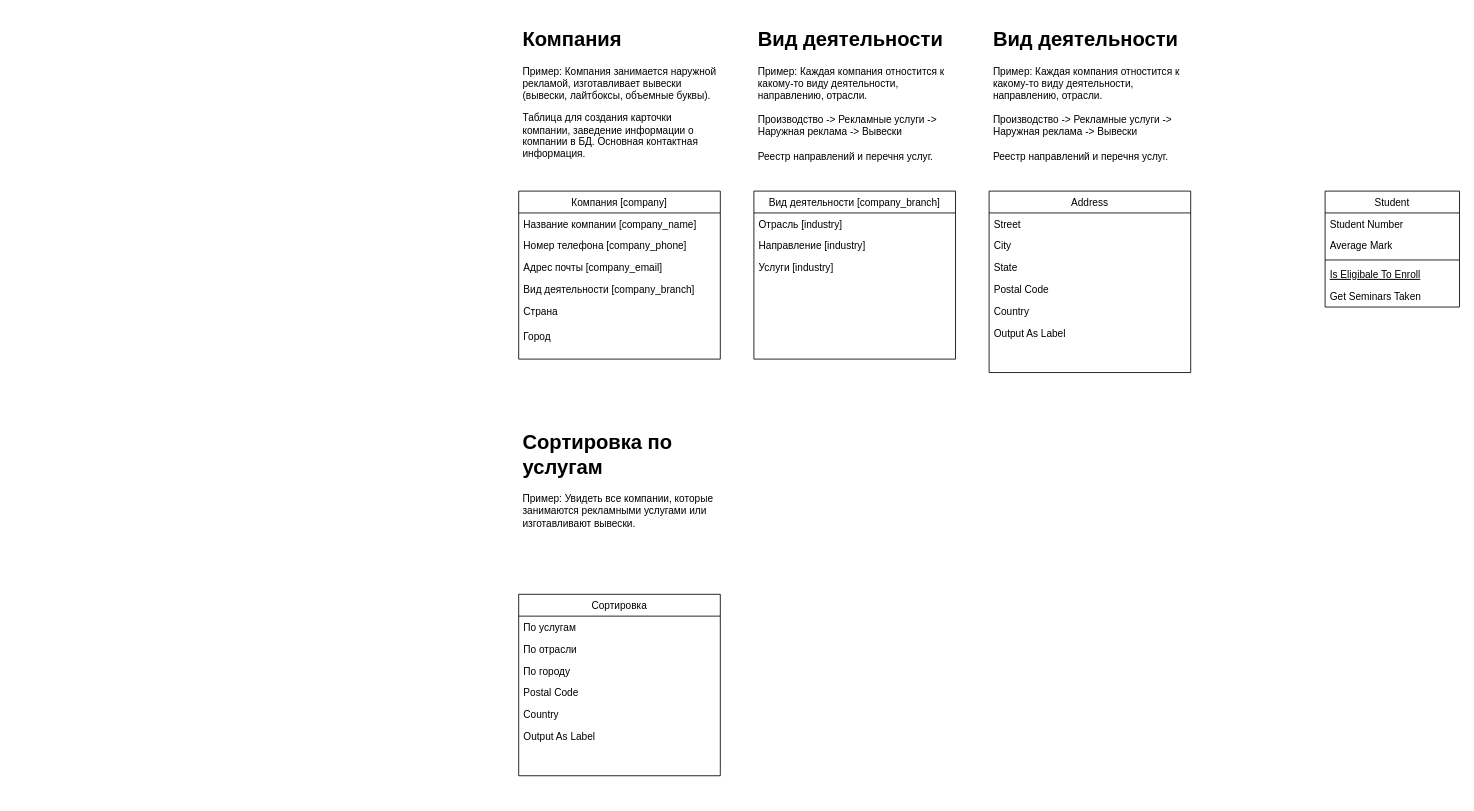
Earlier version of the draw.io diagram b2bdb.drawio (hyperhunt/arch). Source tidied: cells renumbered, new cells numbered last; positions are measured from the earlier drawing's top-left corner, leaving out a move shared by most shapes. Both pictures are drawn from the tidied source at 84%, with x=0, y=0 at pixel (518, 23).
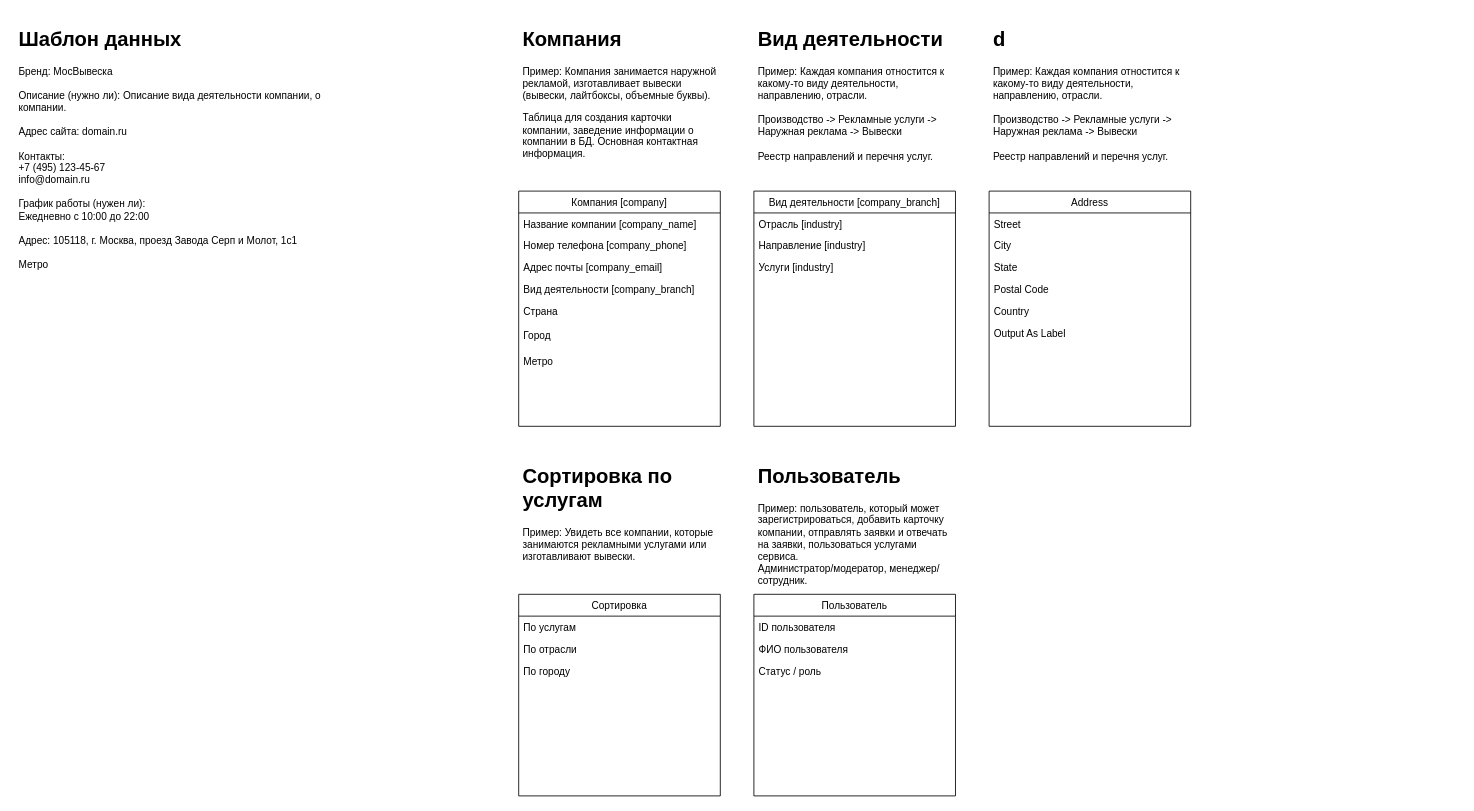
The same diagram, later.

The edit, as a diff of the source:
```diff
@@
     <mxCell id="2" value="Компания [company]" style="swimlane;fontStyle=0;align=center;verticalAlign=top;horizontal=1;startSize=26;rounded=0;shadow=0;strokeWidth=1;" parent="1" vertex="1">
-      <mxGeometry y="200" width="240" height="200" as="geometry" />
+      <mxGeometry y="200" width="240" height="280" as="geometry" />
     </mxCell>
@@
     <mxCell id="6" value="Вид деятельности [company_branch]" style="text;align=left;verticalAlign=top;spacingLeft=4;spacingRight=4;overflow=hidden;" parent="2" vertex="1">
-      <mxGeometry y="104" width="240" height="36" as="geometry" />
+      <mxGeometry y="104" width="240" height="26" as="geometry" />
     </mxCell>
-    <mxCell id="7" value="Student" style="swimlane;fontStyle=0;align=center;verticalAlign=top;horizontal=1;startSize=26;rounded=0;shadow=0;strokeWidth=1;" parent="1" vertex="1">
-      <mxGeometry x="960" y="200" width="160" height="138" as="geometry" />
-    </mxCell>
-    <mxCell id="8" value="Student Number" style="text;align=left;verticalAlign=top;spacingLeft=4;spacingRight=4;overflow=hidden;" parent="7" vertex="1">
-      <mxGeometry y="26" width="160" height="26" as="geometry" />
-    </mxCell>
-    <mxCell id="9" value="Average Mark" style="text;align=left;verticalAlign=top;spacingLeft=4;spacingRight=4;overflow=hidden;rounded=0;shadow=0;html=0;" parent="7" vertex="1">
-      <mxGeometry y="52" width="160" height="26" as="geometry" />
-    </mxCell>
-    <mxCell id="10" style="line;html=1;strokeWidth=1;align=left;verticalAlign=middle;spacingTop=-1;spacingLeft=3;spacingRight=3;labelPosition=right;" parent="7" vertex="1">
-      <mxGeometry y="78" width="160" height="8" as="geometry" />
-    </mxCell>
-    <mxCell id="11" value="Is Eligibale To Enroll" style="text;align=left;verticalAlign=top;spacingLeft=4;spacingRight=4;overflow=hidden;fontStyle=4;" parent="7" vertex="1">
-      <mxGeometry y="86" width="160" height="26" as="geometry" />
-    </mxCell>
-    <mxCell id="12" value="Get Seminars Taken" style="text;align=left;verticalAlign=top;spacingLeft=4;spacingRight=4;overflow=hidden;" parent="7" vertex="1">
-      <mxGeometry y="112" width="160" height="26" as="geometry" />
-    </mxCell>
+    <mxCell id="35" value="Страна" style="text;align=left;verticalAlign=top;spacingLeft=4;spacingRight=4;overflow=hidden;" parent="2" vertex="1">
+      <mxGeometry y="130" width="240" height="29" as="geometry" />
+    </mxCell>
+    <mxCell id="36" value="Город" style="text;align=left;verticalAlign=top;spacingLeft=4;spacingRight=4;overflow=hidden;" parent="2" vertex="1">
+      <mxGeometry y="159" width="240" height="30" as="geometry" />
+    </mxCell>
+    <mxCell id="37" value="Метро" style="text;align=left;verticalAlign=top;spacingLeft=4;spacingRight=4;overflow=hidden;" parent="2" vertex="1">
+      <mxGeometry y="189" width="240" height="30" as="geometry" />
+    </mxCell>
     <mxCell id="13" value="Вид деятельности [company_branch]" style="swimlane;fontStyle=0;align=center;verticalAlign=top;horizontal=1;startSize=26;rounded=0;shadow=0;strokeWidth=1;" parent="1" vertex="1">
-      <mxGeometry x="280" y="200" width="240" height="200" as="geometry" />
+      <mxGeometry x="280" y="200" width="240" height="280" as="geometry" />
     </mxCell>
@@
     <mxCell id="17" value="Address" style="swimlane;fontStyle=0;align=center;verticalAlign=top;horizontal=1;startSize=26;rounded=0;shadow=0;strokeWidth=1;" parent="1" vertex="1">
-      <mxGeometry x="560" y="200" width="240" height="216" as="geometry" />
+      <mxGeometry x="560" y="200" width="240" height="280" as="geometry" />
     </mxCell>
@@
-    <mxCell id="26" value="&lt;h1&gt;Вид деятельности&lt;br&gt;&lt;/h1&gt;&lt;p&gt;Пример: Каждая компания отностится к какому-то виду деятельности, направлению, отрасли.&lt;br&gt;&lt;br&gt;Производство -&amp;gt; Рекламные услуги -&amp;gt; Наружная реклама -&amp;gt; Вывески&lt;br&gt;&lt;br&gt;Реестр направлений и перечня услуг.&lt;br&gt;&lt;/p&gt;" style="text;html=1;strokeColor=none;fillColor=none;spacing=5;spacingTop=-20;whiteSpace=wrap;overflow=hidden;rounded=0;" parent="1" vertex="1">
+    <mxCell id="26" value="&lt;h1&gt;d&lt;br&gt;&lt;/h1&gt;&lt;p&gt;Пример: Каждая компания отностится к какому-то виду деятельности, направлению, отрасли.&lt;br&gt;&lt;br&gt;Производство -&amp;gt; Рекламные услуги -&amp;gt; Наружная реклама -&amp;gt; Вывески&lt;br&gt;&lt;br&gt;Реестр направлений и перечня услуг.&lt;br&gt;&lt;/p&gt;" style="text;html=1;strokeColor=none;fillColor=none;spacing=5;spacingTop=-20;whiteSpace=wrap;overflow=hidden;rounded=0;" parent="1" vertex="1">
       <mxGeometry x="560" width="240" height="170" as="geometry" />
     </mxCell>
     <mxCell id="27" value="Сортировка" style="swimlane;fontStyle=0;align=center;verticalAlign=top;horizontal=1;startSize=26;rounded=0;shadow=0;strokeWidth=1;" parent="1" vertex="1">
-      <mxGeometry y="680" width="240" height="216" as="geometry" />
+      <mxGeometry y="680" width="240" height="240" as="geometry" />
     </mxCell>
@@
-    <mxCell id="31" value="Postal Code" style="text;align=left;verticalAlign=top;spacingLeft=4;spacingRight=4;overflow=hidden;rounded=0;shadow=0;html=0;" parent="27" vertex="1">
-      <mxGeometry y="104" width="240" height="26" as="geometry" />
-    </mxCell>
-    <mxCell id="32" value="Country" style="text;align=left;verticalAlign=top;spacingLeft=4;spacingRight=4;overflow=hidden;rounded=0;shadow=0;html=0;" parent="27" vertex="1">
-      <mxGeometry y="130" width="240" height="26" as="geometry" />
-    </mxCell>
-    <mxCell id="33" value="Output As Label" style="text;align=left;verticalAlign=top;spacingLeft=4;spacingRight=4;overflow=hidden;" parent="27" vertex="1">
-      <mxGeometry y="156" width="240" height="26" as="geometry" />
-    </mxCell>
     <mxCell id="34" value="&lt;h1&gt;Сортировка по услугам&lt;br&gt;&lt;/h1&gt;&lt;p&gt;Пример: Увидеть все компании, которые занимаются рекламными услугами или изготавливают вывески.&lt;br&gt;&lt;/p&gt;" style="text;html=1;strokeColor=none;fillColor=none;spacing=5;spacingTop=-20;whiteSpace=wrap;overflow=hidden;rounded=0;" parent="1" vertex="1">
-      <mxGeometry y="480" width="240" height="170" as="geometry" />
+      <mxGeometry y="520" width="240" height="140" as="geometry" />
     </mxCell>
-    <mxCell id="35" value="Страна" style="text;align=left;verticalAlign=top;spacingLeft=4;spacingRight=4;overflow=hidden;" parent="1" vertex="1">
-      <mxGeometry y="330" width="240" height="36" as="geometry" />
-    </mxCell>
-    <mxCell id="36" value="Город" style="text;align=left;verticalAlign=top;spacingLeft=4;spacingRight=4;overflow=hidden;" parent="1" vertex="1">
-      <mxGeometry y="360" width="240" height="36" as="geometry" />
-    </mxCell>
+    <mxCell id="38" value="&lt;h1&gt;Шаблон данных&lt;br&gt;&lt;/h1&gt;&lt;div&gt;Бренд: МосВывеска&lt;br&gt;&lt;br&gt;Описание (нужно ли): Описание вида деятельности компании, о компании.&lt;br&gt;&lt;br&gt;Адрес сайта: domain.ru&lt;/div&gt;&lt;div&gt;&lt;br&gt;&lt;/div&gt;&lt;div&gt;Контакты:&lt;/div&gt;&lt;div&gt;+7 (495) 123-45-67&lt;br&gt;info@domain.ru&lt;br&gt;&lt;br&gt;График работы (нужен ли):&lt;br&gt;Ежедневно с 10:00 до 22:00&lt;br&gt;&lt;br&gt;Адрес: 105118, г. Москва, проезд Завода Серп и Молот, 1с1&lt;/div&gt;&lt;div&gt;&lt;br&gt;&lt;/div&gt;&lt;div&gt;Метро&lt;br&gt;&lt;/div&gt;" style="text;html=1;strokeColor=none;fillColor=none;spacing=5;spacingTop=-20;whiteSpace=wrap;overflow=hidden;rounded=0;" parent="1" vertex="1">
+      <mxGeometry x="-600" width="380" height="600" as="geometry" />
+    </mxCell>
+    <mxCell id="39" value="Пользователь" style="swimlane;fontStyle=0;align=center;verticalAlign=top;horizontal=1;startSize=26;rounded=0;shadow=0;strokeWidth=1;" parent="1" vertex="1">
+      <mxGeometry x="280" y="680" width="240" height="240" as="geometry" />
+    </mxCell>
+    <mxCell id="40" value="ID пользователя" style="text;align=left;verticalAlign=top;spacingLeft=4;spacingRight=4;overflow=hidden;" parent="39" vertex="1">
+      <mxGeometry y="26" width="240" height="26" as="geometry" />
+    </mxCell>
+    <mxCell id="41" value="ФИО пользователя" style="text;align=left;verticalAlign=top;spacingLeft=4;spacingRight=4;overflow=hidden;" parent="39" vertex="1">
+      <mxGeometry y="52" width="240" height="26" as="geometry" />
+    </mxCell>
+    <mxCell id="42" value="Статус / роль" style="text;align=left;verticalAlign=top;spacingLeft=4;spacingRight=4;overflow=hidden;" parent="39" vertex="1">
+      <mxGeometry y="78" width="240" height="26" as="geometry" />
+    </mxCell>
+    <mxCell id="43" value="&lt;h1&gt;Пользователь&lt;br&gt;&lt;/h1&gt;&lt;p&gt;Пример: пользователь, который может зарегистрироваться, добавить карточку компании, отправлять заявки и отвечать на заявки, пользоваться услугами сервиса.&lt;br&gt;Администратор/модератор, менеджер/сотрудник.&lt;br&gt;&lt;/p&gt;" style="text;html=1;strokeColor=none;fillColor=none;spacing=5;spacingTop=-20;whiteSpace=wrap;overflow=hidden;rounded=0;" parent="1" vertex="1">
+      <mxGeometry x="280" y="520" width="240" height="160" as="geometry" />
+    </mxCell>
```
